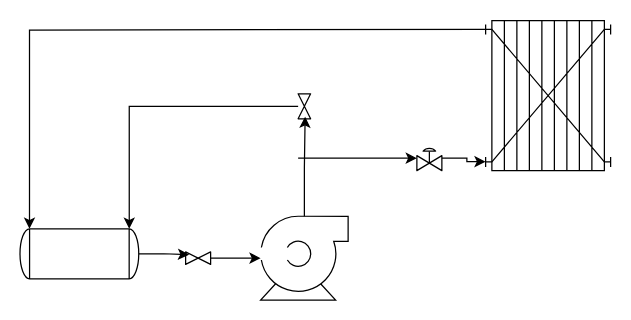
Above: PBL_PFD.drawio in chrisakiki/UO-LAB (draw.io), before the change. Source tidied: cells renumbered, new cells numbered last; positions are measured from the earlier drawing's top-left corner, leaving out a move shared by most shapes. Both pictures are drawn from the tidied source at 125%, with x=0, y=0 at pixel (54, 20).
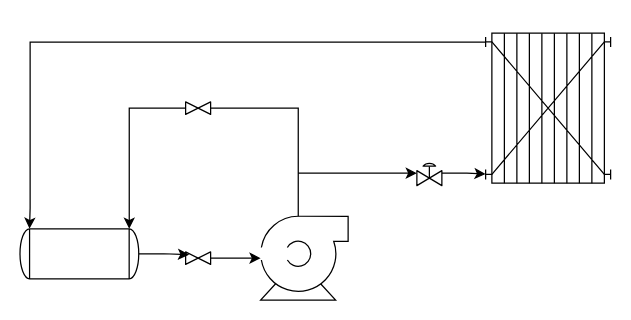
After the change.

Diff of the diagram source:
```diff
@@
 <mxGraphModel>
   <root>
     <mxCell id="0" />
     <mxCell id="1" parent="0" />
     <mxCell id="2" style="shape=mxgraph.pid.pumps.centrifugal_pump_1;html=1;align=center;verticalLabelPosition=bottom;verticalAlign=top;dashed=0;" parent="1" vertex="1">
       <mxGeometry x="165" y="156.5" width="70" height="67" as="geometry" />
     </mxCell>
-    <mxCell id="3" style="edgeStyle=orthogonalEdgeStyle;rounded=0;jettySize=auto;html=1;entryX=0;entryY=0.92;entryDx=0;entryDy=0;entryPerimeter=0;" parent="1" edge="1" target="5">
+    <mxCell id="3" style="edgeStyle=orthogonalEdgeStyle;rounded=0;jettySize=auto;html=1;entryX=0;entryY=0.92;entryDx=0;entryDy=0;entryPerimeter=0;exitX=0;exitY=0.06;exitDx=0;exitDy=0;exitPerimeter=0;" parent="1" edge="1" source="4">
       <mxGeometry relative="1" as="geometry">
-        <mxPoint x="345" y="7" as="sourcePoint" />
+        <mxPoint x="-19.9" y="166.5" as="targetPoint" />
       </mxGeometry>
     </mxCell>
     <mxCell id="4" style="shape=mxgraph.pid.heat_exchangers.plate_and_frame_heat_exchanger;html=1;align=center;verticalLabelPosition=bottom;verticalAlign=top;dashed=0;" parent="1" vertex="1">
-      <mxGeometry x="345" width="100" height="120" as="geometry" />
+      <mxGeometry x="345" y="10" width="100" height="120" as="geometry" />
     </mxCell>
     <mxCell id="5" style="shape=mxgraph.pid.vessels.tank;html=1;align=center;verticalLabelPosition=bottom;verticalAlign=top;dashed=0;rotation=90;" parent="1" vertex="1">
       <mxGeometry y="139" width="40" height="95" as="geometry" />
     </mxCell>
-    <mxCell id="6" style="edgeStyle=orthogonalEdgeStyle;rounded=0;jettySize=auto;html=1;entryX=0;entryY=0.08;entryDx=0;entryDy=0;entryPerimeter=0;" parent="1" edge="1" source="7" target="5">
-      <mxGeometry relative="1" as="geometry" />
-    </mxCell>
-    <mxCell id="7" style="verticalLabelPosition=bottom;align=center;html=1;verticalAlign=top;dashed=0;shape=mxgraph.pid2valves.valve;valveType=gate;rotation=90;" parent="1" vertex="1">
-      <mxGeometry x="190" y="63.5" width="20" height="10" as="geometry" />
+    <mxCell id="7" style="verticalLabelPosition=bottom;align=center;html=1;verticalAlign=top;dashed=0;shape=mxgraph.pid2valves.valve;valveType=gate;rotation=0;" parent="1" vertex="1">
+      <mxGeometry x="105" y="65" width="20" height="10" as="geometry" />
     </mxCell>
     <mxCell id="8" style="edgeStyle=orthogonalEdgeStyle;rounded=0;jettySize=auto;html=1;" parent="1" edge="1" source="9" target="2">
       <mxGeometry relative="1" as="geometry" />
     </mxCell>
     <mxCell id="9" style="verticalLabelPosition=bottom;align=center;html=1;verticalAlign=top;dashed=0;shape=mxgraph.pid2valves.valve;valveType=gate;rotation=0;" parent="1" vertex="1">
       <mxGeometry x="105" y="185" width="20" height="10" as="geometry" />
     </mxCell>
     <mxCell id="10" style="edgeStyle=orthogonalEdgeStyle;rounded=0;orthogonalLoop=1;jettySize=auto;html=1;" parent="1" edge="1">
       <mxGeometry relative="1" as="geometry">
-        <mxPoint x="195" y="110" as="sourcePoint" />
-        <mxPoint x="290" y="110" as="targetPoint" />
+        <mxPoint x="195" y="122" as="sourcePoint" />
+        <mxPoint x="290" y="122" as="targetPoint" />
       </mxGeometry>
     </mxCell>
     <mxCell id="11" style="verticalLabelPosition=bottom;align=center;html=1;verticalAlign=top;dashed=0;shape=mxgraph.pid2valves.valve;valveType=gate;actuator=diaph;" parent="1" vertex="1">
-      <mxGeometry x="290" y="100" width="20" height="20" as="geometry" />
+      <mxGeometry x="290" y="112" width="20" height="20" as="geometry" />
     </mxCell>
     <mxCell id="12" style="edgeStyle=orthogonalEdgeStyle;rounded=0;jettySize=auto;html=1;entryX=0.14;entryY=0.22;entryDx=0;entryDy=0;entryPerimeter=0;" parent="1" edge="1" source="5" target="9">
       <mxGeometry relative="1" as="geometry" />
     </mxCell>
-    <mxCell id="13" style="edgeStyle=orthogonalEdgeStyle;rounded=0;jettySize=auto;html=1;entryX=0.915;entryY=0.44;entryDx=0;entryDy=0;entryPerimeter=0;" parent="1" edge="1" source="2" target="7">
-      <mxGeometry relative="1" as="geometry" />
-    </mxCell>
     <mxCell id="14" style="edgeStyle=orthogonalEdgeStyle;rounded=0;jettySize=auto;html=1;entryX=0;entryY=0.94;entryDx=0;entryDy=0;entryPerimeter=0;" parent="1" edge="1" source="11" target="4">
       <mxGeometry relative="1" as="geometry" />
     </mxCell>
+    <mxCell id="15" style="edgeStyle=orthogonalEdgeStyle;rounded=0;jettySize=auto;html=1;entryX=0.43;entryY=0;entryDx=0;entryDy=0;entryPerimeter=0;endArrow=none;endFill=0;" parent="1" edge="1" source="7" target="2">
+      <mxGeometry relative="1" as="geometry" />
+    </mxCell>
+    <mxCell id="6" style="edgeStyle=orthogonalEdgeStyle;rounded=0;jettySize=auto;html=1;entryX=0;entryY=0.08;entryDx=0;entryDy=0;entryPerimeter=0;" parent="1" edge="1" source="7" target="5">
+      <mxGeometry relative="1" as="geometry" />
+    </mxCell>
   </root>
 </mxGraphModel>
```
